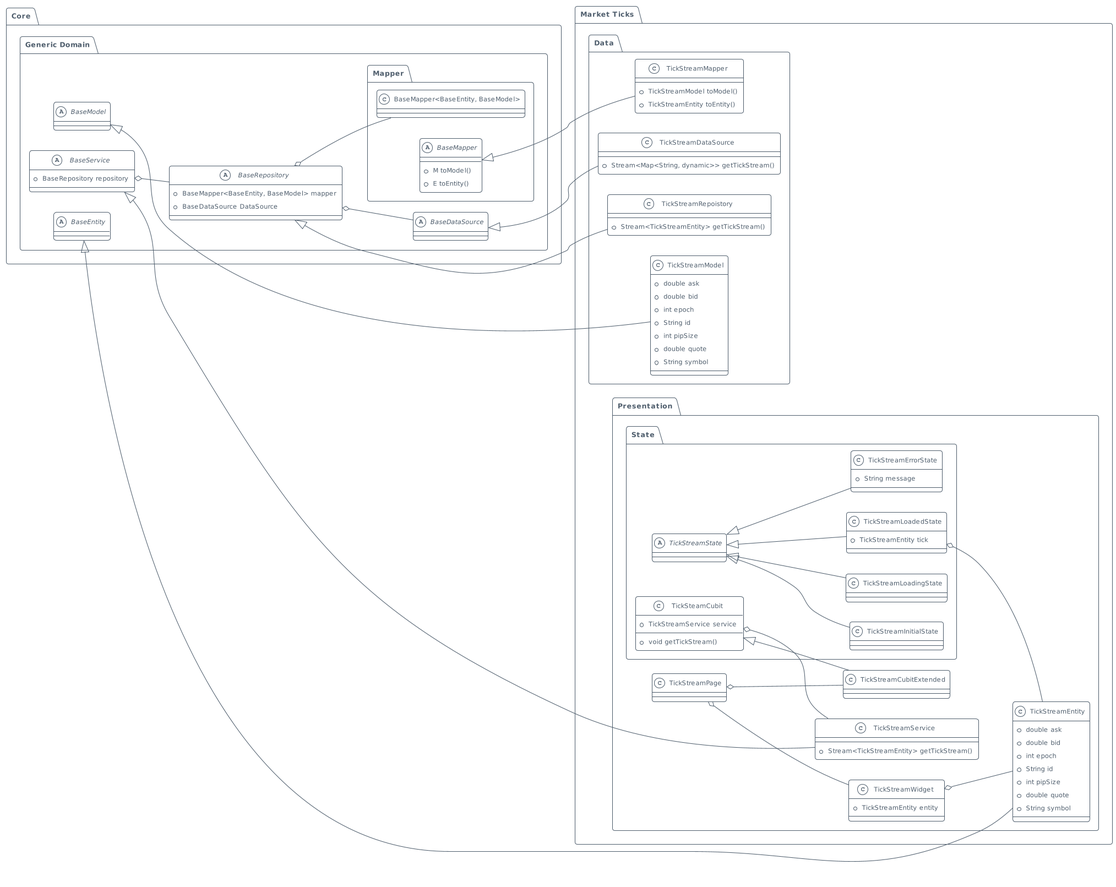
Earlier version of the PlantUML export diagram.png (hamed-rezaee/flutter_component_architecture_poc).
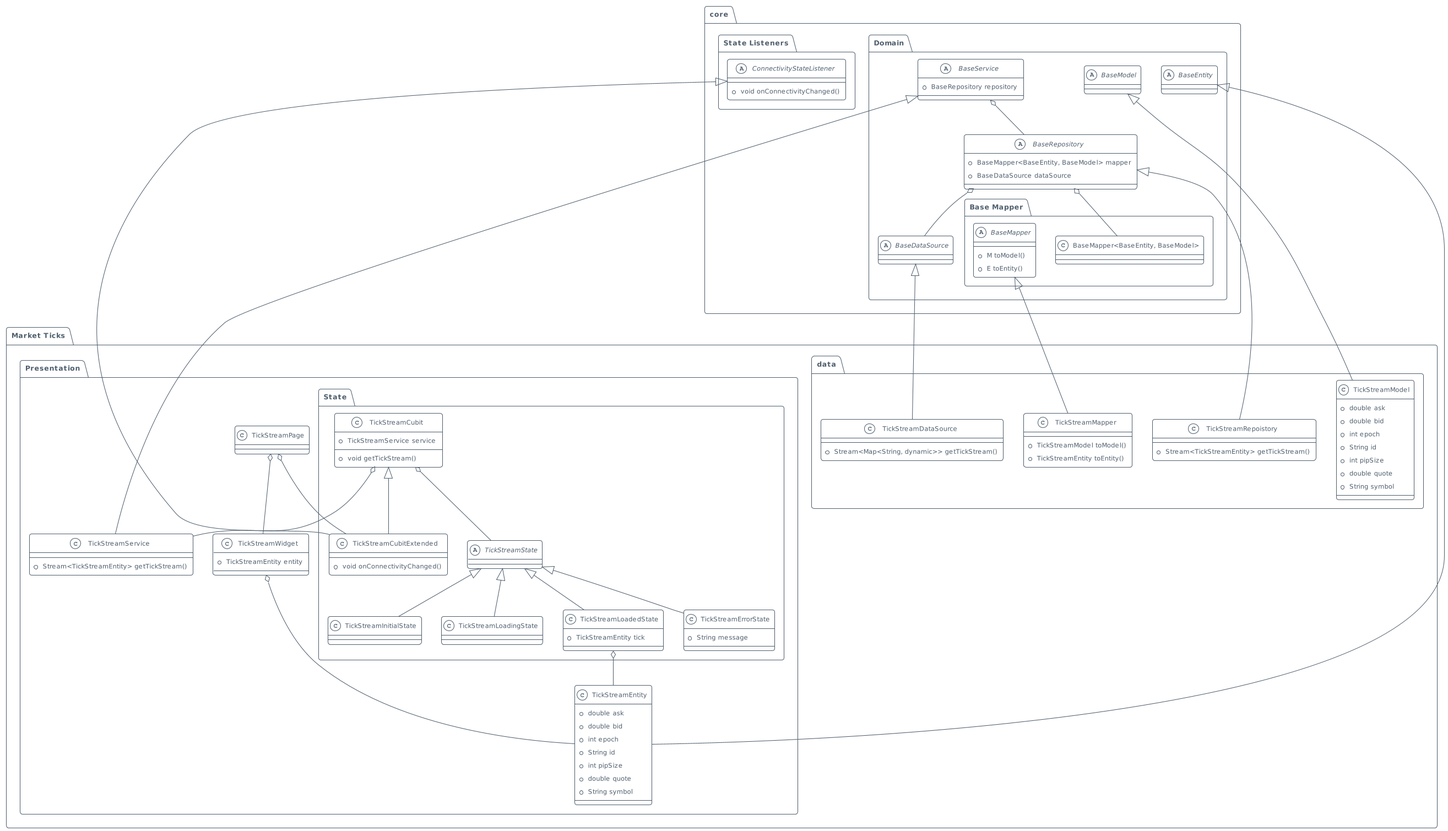
Above is the later version.

Change to the diagram source:
```diff
@@ -1,135 +1,141 @@
 @startuml
 !theme aws-orange
-    !theme plain
+!theme plain
 
-    set namespaceSeparator ::
+set namespaceSeparator ::
 
-    left to right direction
+abstract class "core::State Listeners::ConnectivityStateListener" {
+  +void onConnectivityChanged()
+}
 
-    abstract class "Core::Generic Domain::BaseRepository" {
-      +BaseMapper<BaseEntity, BaseModel> mapper
-      +BaseDataSource DataSource
-    }
+abstract class "core::Domain::BaseRepository" {
+  +BaseMapper<BaseEntity, BaseModel> mapper
+  +BaseDataSource dataSource
+}
 
-    "Core::Generic Domain::BaseRepository" o-- "Core::Generic Domain::Mapper::BaseMapper<BaseEntity, BaseModel>"
-    "Core::Generic Domain::BaseRepository" o-- "Core::Generic Domain::BaseDataSource"
+"core::Domain::BaseRepository" o-- "core::Domain::Base Mapper::BaseMapper<BaseEntity, BaseModel>"
+"core::Domain::BaseRepository" o-- "core::Domain::BaseDataSource"
 
-    abstract class "Core::Generic Domain::Mapper::BaseMapper" {
-      +M toModel()
-      +E toEntity()
-    }
+abstract class "core::Domain::Base Mapper::BaseMapper" {
+  +M toModel()
+  +E toEntity()
+}
 
-    abstract class "Core::Generic Domain::BaseModel" {
-    }
+abstract class "core::Domain::BaseModel" {
+}
 
-    abstract class "Core::Generic Domain::BaseService" {
-      +BaseRepository repository
-    }
+abstract class "core::Domain::::BaseService" {
+  +BaseRepository repository
+}
 
-    "Core::Generic Domain::BaseService" o-- "Core::Generic Domain::BaseRepository"
+"core::Domain::::BaseService" o-- "core::Domain::BaseRepository"
 
-    abstract class "Core::Generic Domain::BaseDataSource" {
-    }
+abstract class "core::Domain::BaseDataSource" {
+}
 
-    abstract class "Core::Generic Domain::BaseEntity" {
-    }
+abstract class "core::Domain::BaseEntity" {
+}
 
-    class "Market Ticks::Data::TickStreamRepoistory" {
-      +Stream<TickStreamEntity> getTickStream()
-    }
+class "Market Ticks::data::TickStreamRepoistory" {
+  +Stream<TickStreamEntity> getTickStream()
+}
 
-    "Core::Generic Domain::BaseRepository" <|-- "Market Ticks::Data::TickStreamRepoistory"
+"core::Domain::BaseRepository" <|-- "Market Ticks::data::TickStreamRepoistory"
 
-    class "Market Ticks::Data::TickStreamModel" {
-      +double ask
-      +double bid
-      +int epoch
-      +String id
-      +int pipSize
-      +double quote
-      +String symbol
-    }
+class "Market Ticks::data::TickStreamModel" {
+  +double ask
+  +double bid
+  +int epoch
+  +String id
+  +int pipSize
+  +double quote
+  +String symbol
+}
 
-    "Core::Generic Domain::BaseModel" <|-- "Market Ticks::Data::TickStreamModel"
+"core::Domain::BaseModel" <|-- "Market Ticks::data::TickStreamModel"
 
-    class "Market Ticks::Data::TickStreamMapper" {
-      +TickStreamModel toModel()
-      +TickStreamEntity toEntity()
-    }
+class "Market Ticks::data::TickStreamMapper" {
+  +TickStreamModel toModel()
+  +TickStreamEntity toEntity()
+}
 
-    "Core::Generic Domain::Mapper::BaseMapper" <|-- "Market Ticks::Data::TickStreamMapper"
+"core::Domain::Base Mapper::BaseMapper" <|-- "Market Ticks::data::TickStreamMapper"
 
-    class "Market Ticks::Data::TickStreamDataSource" {
-      +Stream<Map<String, dynamic>> getTickStream()
-    }
+class "Market Ticks::data::TickStreamDataSource" {
+  +Stream<Map<String, dynamic>> getTickStream()
+}
 
-    "Core::Generic Domain::BaseDataSource" <|-- "Market Ticks::Data::TickStreamDataSource"
+"core::Domain::BaseDataSource" <|-- "Market Ticks::data::TickStreamDataSource"
 
-    class "Market Ticks::Presentation::TickStreamService" {
-      +Stream<TickStreamEntity> getTickStream()
-    }
+class "Market Ticks::Presentation::TickStreamService" {
+  +Stream<TickStreamEntity> getTickStream()
+}
 
-    "Core::Generic Domain::BaseService" <|-- "Market Ticks::Presentation::TickStreamService"
+"core::Domain::::BaseService" <|-- "Market Ticks::Presentation::TickStreamService"
 
-    class "Market Ticks::Presentation::TickStreamWidget" {
-      +TickStreamEntity entity
-    }
+class "Market Ticks::Presentation::TickStreamWidget" {
+  +TickStreamEntity entity
+}
 
-    "Market Ticks::Presentation::TickStreamWidget" o-- "Market Ticks::Presentation::TickStreamEntity"
+"Market Ticks::Presentation::TickStreamWidget" o-- "Market Ticks::Presentation::TickStreamEntity"
 
-    class "Market Ticks::Presentation::TickStreamCubitExtended" {
-    }
+class "Market Ticks::Presentation::State::TickStreamCubitExtended" {
+  +void onConnectivityChanged()
+}
 
-    "Market Ticks::Presentation::State::TickSteamCubit" <|-- "Market Ticks::Presentation::TickStreamCubitExtended"
+"Market Ticks::Presentation::State::TickStreamCubit" <|-- "Market Ticks::Presentation::State::TickStreamCubitExtended"
+"core::State Listeners::ConnectivityStateListener" <|-- "Market Ticks::Presentation::State::TickStreamCubitExtended"
 
-    class "Market Ticks::Presentation::TickStreamEntity" {
-      +double ask
-      +double bid
-      +int epoch
-      +String id
-      +int pipSize
-      +double quote
-      +String symbol
-    }
+class "Market Ticks::Presentation::TickStreamEntity" {
+  +double ask
+  +double bid
+  +int epoch
+  +String id
+  +int pipSize
+  +double quote
+  +String symbol
+}
 
-    "Core::Generic Domain::BaseEntity" <|-- "Market Ticks::Presentation::TickStreamEntity"
+"core::Domain::BaseEntity" <|-- "Market Ticks::Presentation::TickStreamEntity"
 
-    class "Market Ticks::Presentation::State::TickSteamCubit" {
-      +TickStreamService service
-      +void getTickStream()
-    }
+class "Market Ticks::Presentation::State::TickStreamCubit" {
+  +TickStreamService service
+  +void getTickStream()
+}
 
-    "Market Ticks::Presentation::State::TickSteamCubit" o-- "Market Ticks::Presentation::TickStreamService"
+"Market Ticks::Presentation::State::TickStreamCubit" o-- "Market Ticks::Presentation::TickStreamService"
 
-    abstract class "Market Ticks::Presentation::State::TickStreamState" {
-    }
+abstract class "Market Ticks::Presentation::State::TickStreamState" {
+}
 
-    class "Market Ticks::Presentation::State::TickStreamInitialState" {
-    }
+class "Market Ticks::Presentation::State::TickStreamInitialState" {
+}
 
-    "Market Ticks::Presentation::State::TickStreamState" <|-- "Market Ticks::Presentation::State::TickStreamInitialState"
+"Market Ticks::Presentation::State::TickStreamState" <|-- "Market Ticks::Presentation::State::TickStreamInitialState"
 
-    class "Market Ticks::Presentation::State::TickStreamLoadingState" {
-    }
+class "Market Ticks::Presentation::State::TickStreamLoadingState" {
+}
 
-    "Market Ticks::Presentation::State::TickStreamState" <|-- "Market Ticks::Presentation::State::TickStreamLoadingState"
+"Market Ticks::Presentation::State::TickStreamState" <|-- "Market Ticks::Presentation::State::TickStreamLoadingState"
 
-    class "Market Ticks::Presentation::State::TickStreamLoadedState" {
-      +TickStreamEntity tick
-    }
+class "Market Ticks::Presentation::State::TickStreamLoadedState" {
+  +TickStreamEntity tick
+}
 
-    "Market Ticks::Presentation::State::TickStreamLoadedState" o-- "Market Ticks::Presentation::TickStreamEntity"
-    "Market Ticks::Presentation::State::TickStreamState" <|-- "Market Ticks::Presentation::State::TickStreamLoadedState"
+"Market Ticks::Presentation::State::TickStreamLoadedState" o-- "Market Ticks::Presentation::TickStreamEntity"
+"Market Ticks::Presentation::State::TickStreamState" <|-- "Market Ticks::Presentation::State::TickStreamLoadedState"
 
-    class "Market Ticks::Presentation::State::TickStreamErrorState" {
-      +String message
-    }
+class "Market Ticks::Presentation::State::TickStreamErrorState" {
+  +String message
+}
 
-    "Market Ticks::Presentation::State::TickStreamState" <|-- "Market Ticks::Presentation::State::TickStreamErrorState"
+"Market Ticks::Presentation::State::TickStreamState" <|-- "Market Ticks::Presentation::State::TickStreamErrorState"
 
-    class "Market Ticks::Presentation::TickStreamPage" {
-    }
+class "Market Ticks::Presentation::TickStreamPage" {
+}
 
-    "Market Ticks::Presentation::TickStreamPage" o-- "Market Ticks::Presentation::TickStreamWidget"
-    "Market Ticks::Presentation::TickStreamPage" o-- "Market Ticks::Presentation::TickStreamCubitExtended"
+"Market Ticks::Presentation::TickStreamPage" o-- "Market Ticks::Presentation::TickStreamWidget"
+"Market Ticks::Presentation::TickStreamPage" o-- "Market Ticks::Presentation::State::TickStreamCubitExtended"
+
+"Market Ticks::Presentation::State::TickStreamCubit" o-- "Market Ticks::Presentation::State::TickStreamState"
 @enduml
```
